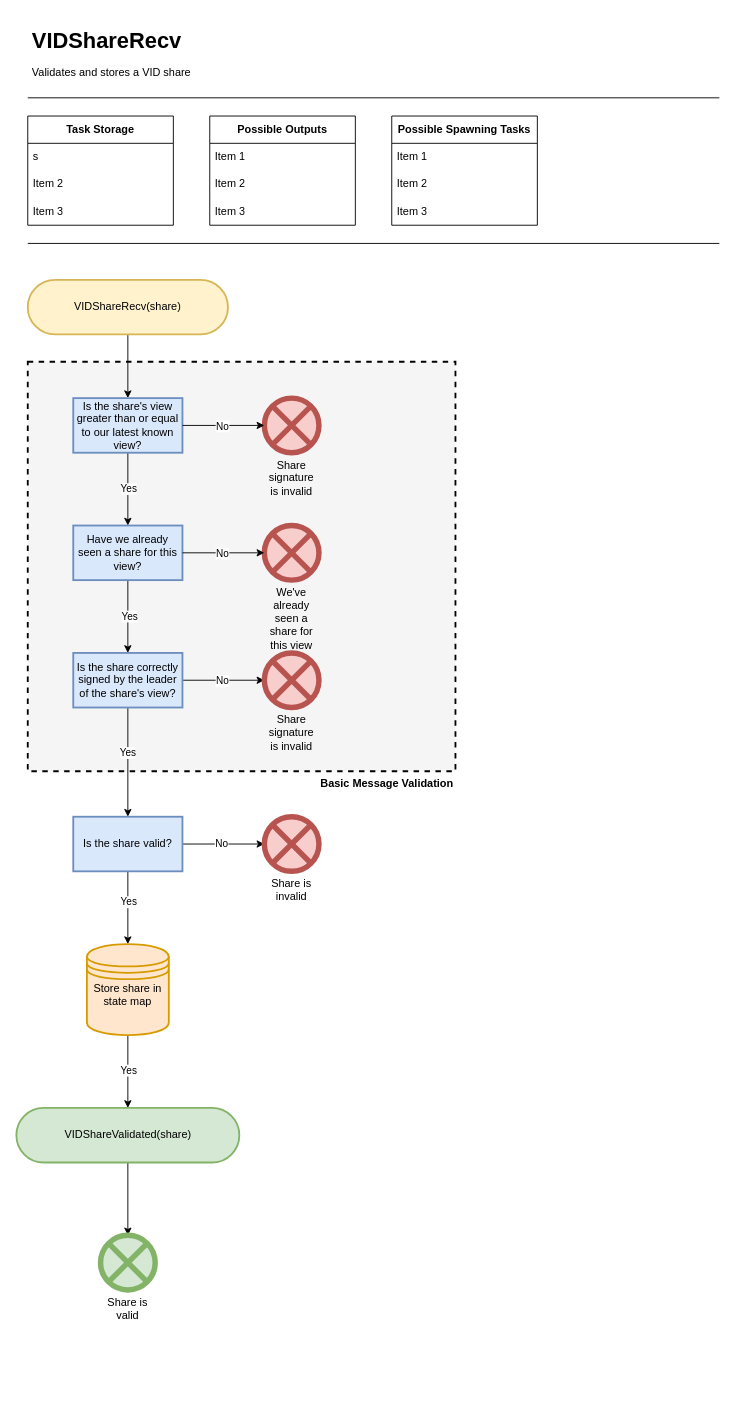
Before: page "VIDShareRecv" (5 of 7) of docs/diagrams/HotShotFlow.drawio in EspressoSystems/HotShot, a draw.io diagram. Source tidied: cells renumbered, new cells numbered last; positions are measured from the earlier drawing's top-left corner, leaving out a move shared by most shapes. Both pictures are drawn from the tidied source at 91%, with x=0, y=0 at pixel (16, 25).
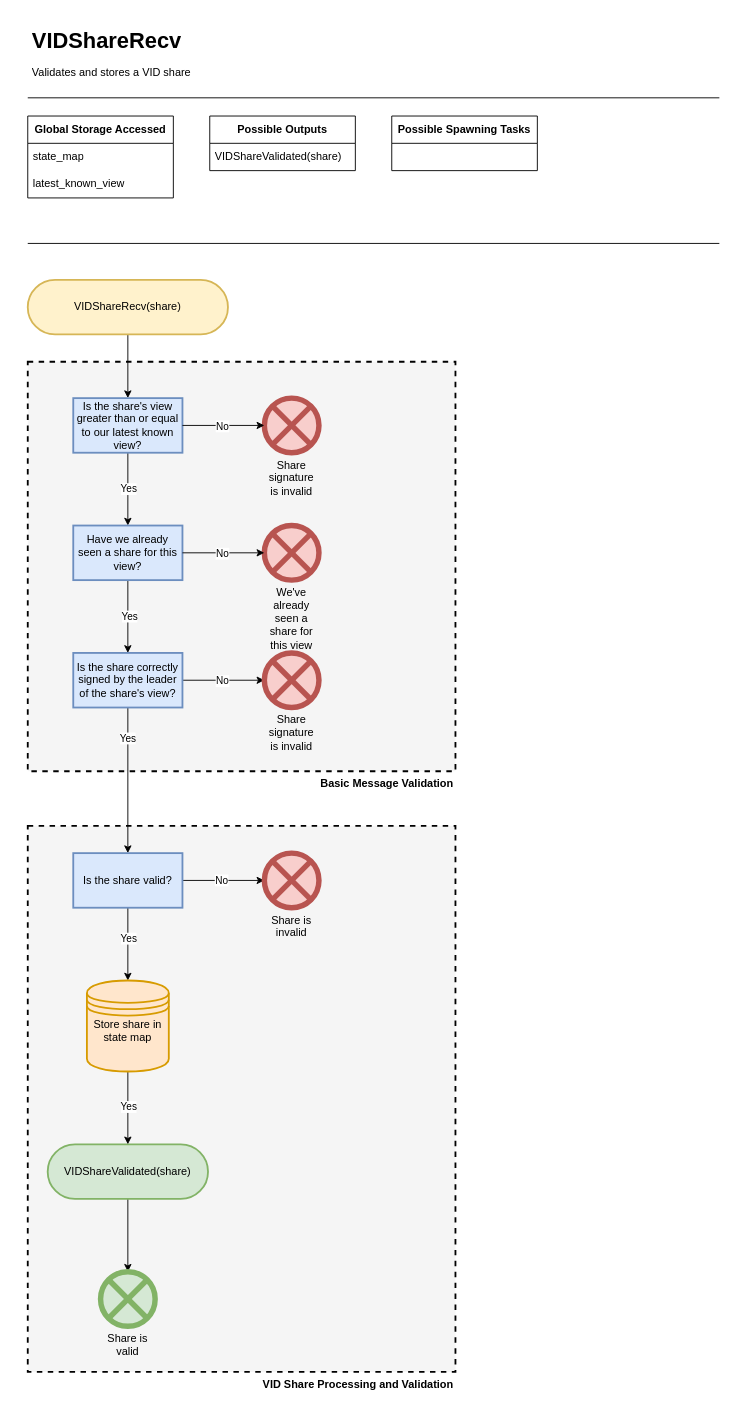
The same diagram, later.

Unchanged cells that the change refers to:
```xml
<mxCell id="30" style="edgeStyle=orthogonalEdgeStyle;rounded=0;jettySize=auto;html=1;" parent="1" edge="1" source="32" target="45">
  <mxGeometry relative="1" as="geometry" />
</mxCell>
```

Change to the diagram source:
```diff
@@
+    <mxCell id="50" value="&lt;b&gt;VID Share Processing and Validation&lt;/b&gt;" style="rounded=0;whiteSpace=wrap;html=1;labelPosition=center;verticalLabelPosition=bottom;align=right;verticalAlign=top;dashed=1;strokeWidth=2;fillColor=#F5F5F5;" parent="1" vertex="1">
+      <mxGeometry x="12" y="880" width="470" height="600" as="geometry" />
+    </mxCell>
@@
-    <mxCell id="5" value="&lt;b&gt;Task Storage&lt;/b&gt;" style="swimlane;fontStyle=0;horizontal=1;startSize=30;whiteSpace=wrap;html=1;" parent="1" vertex="1">
-      <mxGeometry x="12" y="100" width="160" height="120" as="geometry" />
+    <mxCell id="5" value="&lt;b style=&quot;border-color: var(--border-color);&quot;&gt;Global Storage Accessed&lt;/b&gt;" style="swimlane;fontStyle=0;horizontal=1;startSize=30;whiteSpace=wrap;html=1;" parent="1" vertex="1">
+      <mxGeometry x="12" y="100" width="160" height="90" as="geometry" />
     </mxCell>
-    <mxCell id="6" value="s" style="text;strokeColor=none;fillColor=none;align=left;verticalAlign=middle;spacingLeft=4;spacingRight=4;overflow=hidden;whiteSpace=wrap;html=1;" parent="5" vertex="1">
+    <mxCell id="6" value="state_map" style="text;strokeColor=none;fillColor=none;align=left;verticalAlign=middle;spacingLeft=4;spacingRight=4;overflow=hidden;whiteSpace=wrap;html=1;" parent="5" vertex="1">
       <mxGeometry y="30" width="160" height="30" as="geometry" />
     </mxCell>
-    <mxCell id="7" value="Item 2" style="text;strokeColor=none;fillColor=none;align=left;verticalAlign=middle;spacingLeft=4;spacingRight=4;overflow=hidden;whiteSpace=wrap;html=1;" parent="5" vertex="1">
+    <mxCell id="7" value="latest_known_view" style="text;strokeColor=none;fillColor=none;align=left;verticalAlign=middle;spacingLeft=4;spacingRight=4;overflow=hidden;whiteSpace=wrap;html=1;" parent="5" vertex="1">
       <mxGeometry y="60" width="160" height="30" as="geometry" />
     </mxCell>
-    <mxCell id="8" value="Item 3" style="text;strokeColor=none;fillColor=none;align=left;verticalAlign=middle;spacingLeft=4;spacingRight=4;overflow=hidden;whiteSpace=wrap;html=1;" parent="5" vertex="1">
-      <mxGeometry y="90" width="160" height="30" as="geometry" />
-    </mxCell>
     <mxCell id="9" value="&lt;b&gt;Possible Outputs&lt;/b&gt;" style="swimlane;fontStyle=0;horizontal=1;startSize=30;whiteSpace=wrap;html=1;" parent="1" vertex="1">
-      <mxGeometry x="212" y="100" width="160" height="120" as="geometry" />
+      <mxGeometry x="212" y="100" width="160" height="60" as="geometry" />
     </mxCell>
-    <mxCell id="10" value="Item 1" style="text;strokeColor=none;fillColor=none;align=left;verticalAlign=middle;spacingLeft=4;spacingRight=4;overflow=hidden;whiteSpace=wrap;html=1;" parent="9" vertex="1">
+    <mxCell id="10" value="VIDShareValidated(share)" style="text;strokeColor=none;fillColor=none;align=left;verticalAlign=middle;spacingLeft=4;spacingRight=4;overflow=hidden;whiteSpace=wrap;html=1;" parent="9" vertex="1">
       <mxGeometry y="30" width="160" height="30" as="geometry" />
     </mxCell>
-    <mxCell id="11" value="Item 2" style="text;strokeColor=none;fillColor=none;align=left;verticalAlign=middle;spacingLeft=4;spacingRight=4;overflow=hidden;whiteSpace=wrap;html=1;" parent="9" vertex="1">
-      <mxGeometry y="60" width="160" height="30" as="geometry" />
-    </mxCell>
-    <mxCell id="12" value="Item 3" style="text;strokeColor=none;fillColor=none;align=left;verticalAlign=middle;spacingLeft=4;spacingRight=4;overflow=hidden;whiteSpace=wrap;html=1;" parent="9" vertex="1">
-      <mxGeometry y="90" width="160" height="30" as="geometry" />
-    </mxCell>
     <mxCell id="13" value="&lt;b&gt;Possible Spawning Tasks&lt;/b&gt;" style="swimlane;fontStyle=0;horizontal=1;startSize=30;whiteSpace=wrap;html=1;" parent="1" vertex="1">
-      <mxGeometry x="412" y="100" width="160" height="120" as="geometry" />
+      <mxGeometry x="412" y="100" width="160" height="60" as="geometry" />
     </mxCell>
-    <mxCell id="14" value="Item 1" style="text;strokeColor=none;fillColor=none;align=left;verticalAlign=middle;spacingLeft=4;spacingRight=4;overflow=hidden;whiteSpace=wrap;html=1;" parent="13" vertex="1">
-      <mxGeometry y="30" width="160" height="30" as="geometry" />
-    </mxCell>
-    <mxCell id="15" value="Item 2" style="text;strokeColor=none;fillColor=none;align=left;verticalAlign=middle;spacingLeft=4;spacingRight=4;overflow=hidden;whiteSpace=wrap;html=1;" parent="13" vertex="1">
-      <mxGeometry y="60" width="160" height="30" as="geometry" />
-    </mxCell>
-    <mxCell id="16" value="Item 3" style="text;strokeColor=none;fillColor=none;align=left;verticalAlign=middle;spacingLeft=4;spacingRight=4;overflow=hidden;whiteSpace=wrap;html=1;" parent="13" vertex="1">
-      <mxGeometry y="90" width="160" height="30" as="geometry" />
-    </mxCell>
@@
     <mxCell id="27" value="VIDShareValidated(share)" style="whiteSpace=wrap;html=1;fillColor=#d5e8d4;strokeColor=#82b366;rounded=1;arcSize=50;strokeWidth=2;" parent="1" vertex="1">
-      <mxGeometry x="-0.5" y="1190" width="245" height="60" as="geometry" />
+      <mxGeometry x="33.9" y="1230" width="176.2" height="60" as="geometry" />
     </mxCell>
@@
     <mxCell id="31" value="Yes" style="edgeLabel;html=1;align=center;verticalAlign=middle;" parent="30" vertex="1">
-      <mxGeometry x="-0.18" y="-1" relative="1" as="geometry" />
+      <mxGeometry x="-0.59" y="-1" relative="1" as="geometry" />
     </mxCell>
@@
     <mxCell id="34" value="Share is valid" style="whiteSpace=wrap;html=1;fillColor=#d5e8d4;strokeColor=#82b366;rounded=1;arcSize=50;verticalLabelPosition=bottom;verticalAlign=top;shape=mxgraph.flowchart.or;strokeWidth=6;" parent="1" vertex="1">
-      <mxGeometry x="92" y="1330" width="60" height="60" as="geometry" />
+      <mxGeometry x="92" y="1370" width="60" height="60" as="geometry" />
     </mxCell>
@@
     <mxCell id="45" value="Is the share valid?" style="whiteSpace=wrap;html=1;rounded=0;fillColor=#dae8fc;strokeColor=#6c8ebf;strokeWidth=2;" parent="1" vertex="1">
-      <mxGeometry x="62" y="870" width="120" height="60" as="geometry" />
+      <mxGeometry x="62" y="910" width="120" height="60" as="geometry" />
     </mxCell>
     <mxCell id="46" value="Share is invalid" style="whiteSpace=wrap;html=1;fillColor=#f8cecc;strokeColor=#b85450;rounded=1;arcSize=50;verticalLabelPosition=bottom;verticalAlign=top;shape=mxgraph.flowchart.or;strokeWidth=6;" parent="1" vertex="1">
-      <mxGeometry x="272" y="870" width="60" height="60" as="geometry" />
+      <mxGeometry x="272" y="910" width="60" height="60" as="geometry" />
     </mxCell>
@@
     <mxCell id="49" value="Store share in state map" style="strokeWidth=2;html=1;shape=datastore;whiteSpace=wrap;labelPosition=center;verticalLabelPosition=middle;align=center;verticalAlign=top;fillColor=#ffe6cc;strokeColor=#d79b00;" parent="1" vertex="1">
-      <mxGeometry x="77" y="1010" width="90" height="100" as="geometry" />
+      <mxGeometry x="77" y="1050" width="90" height="100" as="geometry" />
     </mxCell>
```
